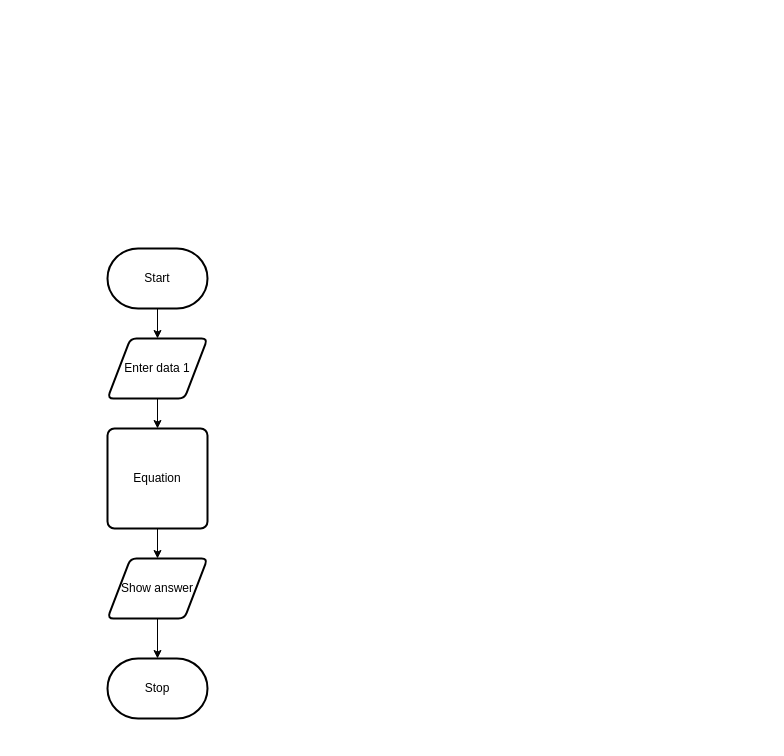
Above: design/flowchart.drawio in MTHS-ICS2O-2-2022/ICS2O-Assignment-05-Jaden-Plugowsky (draw.io), before the change. Source tidied: cells renumbered, new cells numbered last; positions are measured from the earlier drawing's top-left corner, leaving out a move shared by most shapes. Both pictures are drawn from the tidied source at 100%, with x=0, y=0 at pixel (107, 248).
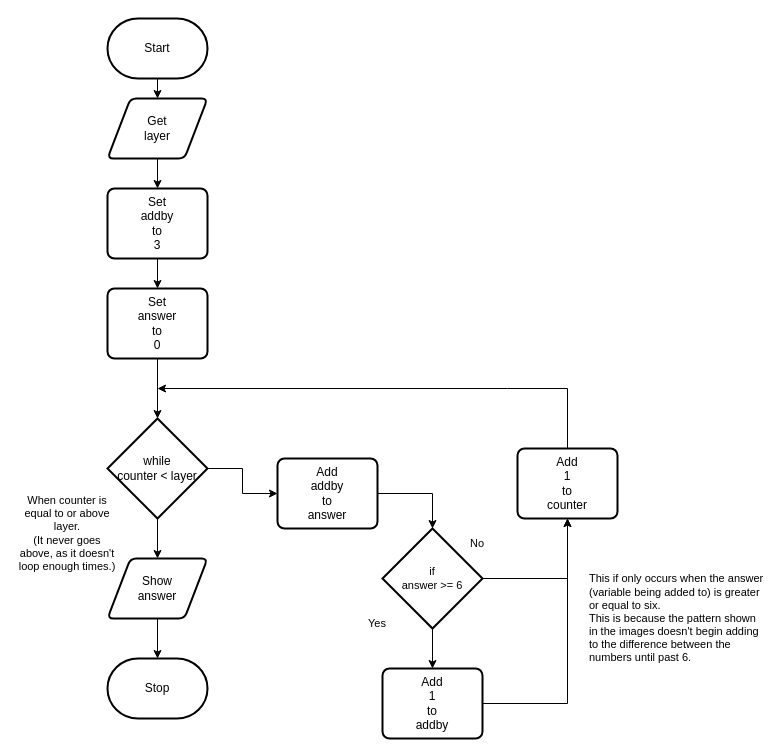
After the change.

Unchanged cells that the change refers to:
```xml
<mxCell id="4" value="Stop" style="strokeWidth=2;html=1;shape=mxgraph.flowchart.terminator;whiteSpace=wrap;" parent="1" vertex="1">
  <mxGeometry y="410" width="100" height="60" as="geometry" />
</mxCell>
```

The edit, as a diff of the source:
```diff
@@
-    <mxCell id="2" style="edgeStyle=orthogonalEdgeStyle;html=1;entryX=0.5;entryY=0;entryDx=0;entryDy=0;rounded=0;" parent="1" edge="1" source="3" target="6">
-      <mxGeometry relative="1" as="geometry" />
-    </mxCell>
+    <mxCell id="7" style="edgeStyle=orthogonalEdgeStyle;html=1;entryX=0.5;entryY=0;entryDx=0;entryDy=0;rounded=0;" parent="1" edge="1" source="3" target="12">
+      <mxGeometry relative="1" as="geometry" />
+    </mxCell>
     <mxCell id="3" value="Start" style="strokeWidth=2;html=1;shape=mxgraph.flowchart.terminator;whiteSpace=wrap;" parent="1" vertex="1">
-      <mxGeometry width="100" height="60" as="geometry" />
+      <mxGeometry y="-230" width="100" height="60" as="geometry" />
     </mxCell>
@@
-    <mxCell id="5" style="edgeStyle=orthogonalEdgeStyle;shape=connector;rounded=0;html=1;entryX=0.5;entryY=0;entryDx=0;entryDy=0;labelBackgroundColor=default;strokeColor=default;fontFamily=Helvetica;fontSize=11;fontColor=default;endArrow=classic;" parent="1" edge="1" source="6" target="10">
-      <mxGeometry relative="1" as="geometry" />
-    </mxCell>
-    <mxCell id="6" value="Enter data 1" style="shape=parallelogram;html=1;strokeWidth=2;perimeter=parallelogramPerimeter;whiteSpace=wrap;rounded=1;arcSize=12;size=0.23;" parent="1" vertex="1">
-      <mxGeometry y="90" width="100" height="60" as="geometry" />
-    </mxCell>
-    <mxCell id="7" style="edgeStyle=orthogonalEdgeStyle;shape=connector;rounded=0;html=1;labelBackgroundColor=default;strokeColor=default;fontFamily=Helvetica;fontSize=11;fontColor=default;endArrow=classic;" parent="1" edge="1" source="8" target="4">
-      <mxGeometry relative="1" as="geometry" />
-    </mxCell>
+    <mxCell id="11" style="edgeStyle=orthogonalEdgeStyle;shape=connector;rounded=0;html=1;entryX=0.5;entryY=0;entryDx=0;entryDy=0;labelBackgroundColor=default;strokeColor=default;fontFamily=Helvetica;fontSize=11;fontColor=default;endArrow=classic;" parent="1" edge="1" source="12" target="22">
+      <mxGeometry relative="1" as="geometry" />
+    </mxCell>
+    <mxCell id="12" value="Get&lt;br&gt;layer" style="shape=parallelogram;html=1;strokeWidth=2;perimeter=parallelogramPerimeter;whiteSpace=wrap;rounded=1;arcSize=12;size=0.23;" parent="1" vertex="1">
+      <mxGeometry y="-150" width="100" height="60" as="geometry" />
+    </mxCell>
+    <mxCell id="13" style="edgeStyle=orthogonalEdgeStyle;shape=connector;rounded=0;html=1;entryX=0.5;entryY=0;entryDx=0;entryDy=0;entryPerimeter=0;labelBackgroundColor=default;strokeColor=default;fontFamily=Helvetica;fontSize=11;fontColor=default;endArrow=classic;" parent="1" edge="1" source="8" target="4">
+      <mxGeometry relative="1" as="geometry" />
+    </mxCell>
-    <mxCell id="8" value="Show answer" style="shape=parallelogram;html=1;strokeWidth=2;perimeter=parallelogramPerimeter;whiteSpace=wrap;rounded=1;arcSize=12;size=0.23;" parent="1" vertex="1">
+    <mxCell id="8" value="Show&lt;br&gt;answer" style="shape=parallelogram;html=1;strokeWidth=2;perimeter=parallelogramPerimeter;whiteSpace=wrap;rounded=1;arcSize=12;size=0.23;" parent="1" vertex="1">
       <mxGeometry y="310" width="100" height="60" as="geometry" />
     </mxCell>
-    <mxCell id="9" style="edgeStyle=orthogonalEdgeStyle;shape=connector;rounded=0;html=1;entryX=0.5;entryY=0;entryDx=0;entryDy=0;labelBackgroundColor=default;strokeColor=default;fontFamily=Helvetica;fontSize=11;fontColor=default;endArrow=classic;" parent="1" edge="1" source="10" target="8">
-      <mxGeometry relative="1" as="geometry" />
-    </mxCell>
-    <mxCell id="10" value="Equation" style="rounded=1;whiteSpace=wrap;html=1;absoluteArcSize=1;arcSize=14;strokeWidth=2;" parent="1" vertex="1">
-      <mxGeometry y="180" width="100" height="100" as="geometry" />
-    </mxCell>
+    <mxCell id="14" style="edgeStyle=orthogonalEdgeStyle;shape=connector;rounded=0;html=1;entryX=0.5;entryY=0;entryDx=0;entryDy=0;entryPerimeter=0;labelBackgroundColor=default;strokeColor=default;fontFamily=Helvetica;fontSize=11;fontColor=default;endArrow=classic;" parent="1" edge="1" source="15" target="28">
+      <mxGeometry relative="1" as="geometry" />
+    </mxCell>
+    <mxCell id="15" value="Add&lt;br&gt;addby&lt;br&gt;to&lt;br&gt;answer" style="rounded=1;whiteSpace=wrap;html=1;absoluteArcSize=1;arcSize=14;strokeWidth=2;" parent="1" vertex="1">
+      <mxGeometry x="170" y="210" width="100" height="70" as="geometry" />
+    </mxCell>
+    <mxCell id="16" style="edgeStyle=orthogonalEdgeStyle;shape=connector;rounded=0;html=1;entryX=0;entryY=0.5;entryDx=0;entryDy=0;labelBackgroundColor=default;strokeColor=default;fontFamily=Helvetica;fontSize=11;fontColor=default;endArrow=classic;" parent="1" edge="1" source="18" target="15">
+      <mxGeometry relative="1" as="geometry" />
+    </mxCell>
+    <mxCell id="17" style="edgeStyle=orthogonalEdgeStyle;shape=connector;rounded=0;html=1;entryX=0.5;entryY=0;entryDx=0;entryDy=0;labelBackgroundColor=default;strokeColor=default;fontFamily=Helvetica;fontSize=11;fontColor=default;endArrow=classic;" parent="1" edge="1" source="18" target="8">
+      <mxGeometry relative="1" as="geometry" />
+    </mxCell>
+    <mxCell id="18" value="while&lt;br&gt;counter &amp;lt; layer" style="strokeWidth=2;html=1;shape=mxgraph.flowchart.decision;whiteSpace=wrap;" parent="1" vertex="1">
+      <mxGeometry y="170" width="100" height="100" as="geometry" />
+    </mxCell>
+    <mxCell id="19" style="edgeStyle=orthogonalEdgeStyle;shape=connector;rounded=0;html=1;labelBackgroundColor=default;strokeColor=default;fontFamily=Helvetica;fontSize=11;fontColor=default;endArrow=classic;" parent="1" edge="1" source="20">
+      <mxGeometry relative="1" as="geometry">
+        <mxPoint x="50" y="140" as="targetPoint" />
+        <Array as="points">
+          <mxPoint x="400" y="140" />
+          <mxPoint x="100" y="140" />
+        </Array>
+      </mxGeometry>
+    </mxCell>
+    <mxCell id="20" value="Add&lt;br&gt;1&lt;br&gt;to&lt;br&gt;counter" style="rounded=1;whiteSpace=wrap;html=1;absoluteArcSize=1;arcSize=14;strokeWidth=2;" parent="1" vertex="1">
+      <mxGeometry x="410" y="200" width="100" height="70" as="geometry" />
+    </mxCell>
+    <mxCell id="21" style="edgeStyle=orthogonalEdgeStyle;shape=connector;rounded=0;html=1;entryX=0.5;entryY=0;entryDx=0;entryDy=0;labelBackgroundColor=default;strokeColor=default;fontFamily=Helvetica;fontSize=11;fontColor=default;endArrow=classic;" parent="1" edge="1" source="22" target="25">
+      <mxGeometry relative="1" as="geometry" />
+    </mxCell>
+    <mxCell id="22" value="Set&lt;br&gt;addby&lt;br&gt;to&lt;br&gt;3" style="rounded=1;whiteSpace=wrap;html=1;absoluteArcSize=1;arcSize=14;strokeWidth=2;" parent="1" vertex="1">
+      <mxGeometry y="-60" width="100" height="70" as="geometry" />
+    </mxCell>
+    <mxCell id="23" value="When counter is equal to or above layer.&lt;br&gt;(It never goes above, as it doesn't loop enough times.)" style="text;strokeColor=none;align=center;fillColor=none;html=1;verticalAlign=middle;whiteSpace=wrap;rounded=0;fontFamily=Helvetica;fontSize=11;fontColor=default;" parent="1" vertex="1">
+      <mxGeometry x="-90" y="270" width="100" height="30" as="geometry" />
+    </mxCell>
+    <mxCell id="24" style="edgeStyle=orthogonalEdgeStyle;shape=connector;rounded=0;html=1;entryX=0.5;entryY=0;entryDx=0;entryDy=0;entryPerimeter=0;labelBackgroundColor=default;strokeColor=default;fontFamily=Helvetica;fontSize=11;fontColor=default;endArrow=classic;" parent="1" edge="1" source="25" target="18">
+      <mxGeometry relative="1" as="geometry" />
+    </mxCell>
+    <mxCell id="25" value="Set&lt;br&gt;answer&lt;br&gt;to&lt;br&gt;0" style="rounded=1;whiteSpace=wrap;html=1;absoluteArcSize=1;arcSize=14;strokeWidth=2;" parent="1" vertex="1">
+      <mxGeometry y="40" width="100" height="70" as="geometry" />
+    </mxCell>
+    <mxCell id="26" style="edgeStyle=orthogonalEdgeStyle;shape=connector;rounded=0;html=1;entryX=0.5;entryY=0;entryDx=0;entryDy=0;labelBackgroundColor=default;strokeColor=default;fontFamily=Helvetica;fontSize=11;fontColor=default;endArrow=classic;" parent="1" edge="1" source="28" target="30">
+      <mxGeometry relative="1" as="geometry" />
+    </mxCell>
+    <mxCell id="27" style="edgeStyle=orthogonalEdgeStyle;shape=connector;rounded=0;html=1;entryX=0.5;entryY=1;entryDx=0;entryDy=0;labelBackgroundColor=default;strokeColor=default;fontFamily=Helvetica;fontSize=11;fontColor=default;endArrow=classic;" parent="1" edge="1" source="28" target="20">
+      <mxGeometry relative="1" as="geometry" />
+    </mxCell>
+    <mxCell id="28" value="if&lt;br&gt;answer &amp;gt;= 6" style="strokeWidth=2;html=1;shape=mxgraph.flowchart.decision;whiteSpace=wrap;fontFamily=Helvetica;fontSize=11;fontColor=default;" parent="1" vertex="1">
+      <mxGeometry x="275" y="280" width="100" height="100" as="geometry" />
+    </mxCell>
+    <mxCell id="29" style="edgeStyle=orthogonalEdgeStyle;shape=connector;rounded=0;html=1;entryX=0.5;entryY=1;entryDx=0;entryDy=0;labelBackgroundColor=default;strokeColor=default;fontFamily=Helvetica;fontSize=11;fontColor=default;endArrow=classic;" parent="1" edge="1" source="30" target="20">
+      <mxGeometry relative="1" as="geometry" />
+    </mxCell>
+    <mxCell id="30" value="Add&lt;br&gt;1&lt;br&gt;to&lt;br&gt;addby" style="rounded=1;whiteSpace=wrap;html=1;absoluteArcSize=1;arcSize=14;strokeWidth=2;" parent="1" vertex="1">
+      <mxGeometry x="275" y="420" width="100" height="70" as="geometry" />
+    </mxCell>
+    <mxCell id="31" value="Yes" style="text;strokeColor=none;align=center;fillColor=none;html=1;verticalAlign=middle;whiteSpace=wrap;rounded=0;fontFamily=Helvetica;fontSize=11;fontColor=default;" parent="1" vertex="1">
+      <mxGeometry x="240" y="360" width="60" height="30" as="geometry" />
+    </mxCell>
+    <mxCell id="32" value="No" style="text;strokeColor=none;align=center;fillColor=none;html=1;verticalAlign=middle;whiteSpace=wrap;rounded=0;fontFamily=Helvetica;fontSize=11;fontColor=default;" parent="1" vertex="1">
+      <mxGeometry x="340" y="280" width="60" height="30" as="geometry" />
+    </mxCell>
+    <mxCell id="33" value="This if only occurs when the answer (variable being added to) is greater or equal to six.&lt;br&gt;This is because the pattern shown in the images doesn't begin adding to the difference between the numbers until past 6." style="text;strokeColor=none;align=left;fillColor=none;html=1;verticalAlign=middle;whiteSpace=wrap;rounded=0;fontFamily=Helvetica;fontSize=11;fontColor=default;" parent="1" vertex="1">
+      <mxGeometry x="480" y="270" width="180" height="200" as="geometry" />
+    </mxCell>
```
